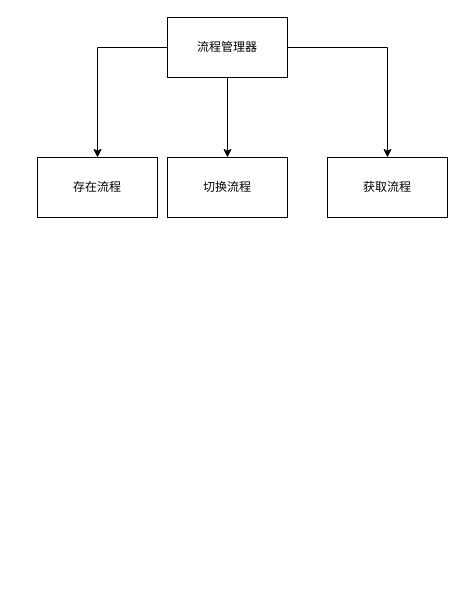
Above: GameFramework/Untitled Diagram.drawio in xzp3094997376/DrawIO (draw.io), before the change. Source tidied: cells renumbered, new cells numbered last; positions are measured from the earlier drawing's top-left corner, leaving out a move shared by most shapes. Both pictures are drawn from the tidied source at 100%, with x=0, y=0 at pixel (37, 17).
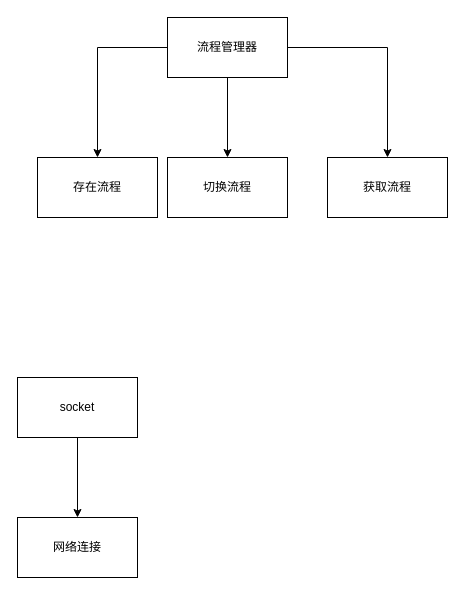
The same diagram, later.

Change to the diagram source:
```diff
@@
 <mxGraphModel>
   <root>
     <mxCell id="0" />
     <mxCell id="1" parent="0" />
     <mxCell id="2" style="edgeStyle=orthogonalEdgeStyle;rounded=0;jettySize=auto;html=1;" parent="1" edge="1" source="5" target="6">
       <mxGeometry relative="1" as="geometry" />
     </mxCell>
     <mxCell id="3" style="edgeStyle=orthogonalEdgeStyle;rounded=0;jettySize=auto;html=1;" parent="1" edge="1" source="5" target="7">
       <mxGeometry relative="1" as="geometry" />
     </mxCell>
     <mxCell id="4" style="edgeStyle=orthogonalEdgeStyle;rounded=0;jettySize=auto;html=1;" parent="1" edge="1" source="5" target="8">
       <mxGeometry relative="1" as="geometry" />
     </mxCell>
     <mxCell id="5" value="流程管理器" style="rounded=0;whiteSpace=wrap;html=1;" parent="1" vertex="1">
       <mxGeometry x="130" width="120" height="60" as="geometry" />
     </mxCell>
     <mxCell id="6" value="切换流程" style="whiteSpace=wrap;html=1;rounded=0;" parent="1" vertex="1">
       <mxGeometry x="130" y="140" width="120" height="60" as="geometry" />
     </mxCell>
     <mxCell id="7" value="存在流程" style="rounded=0;whiteSpace=wrap;html=1;" parent="1" vertex="1">
       <mxGeometry y="140" width="120" height="60" as="geometry" />
     </mxCell>
     <mxCell id="8" value="获取流程" style="whiteSpace=wrap;html=1;rounded=0;" parent="1" vertex="1">
       <mxGeometry x="290" y="140" width="120" height="60" as="geometry" />
     </mxCell>
+    <mxCell id="9" style="edgeStyle=orthogonalEdgeStyle;rounded=0;jettySize=auto;html=1;" parent="1" edge="1" source="10" target="11">
+      <mxGeometry relative="1" as="geometry" />
+    </mxCell>
+    <mxCell id="10" value="socket" style="whiteSpace=wrap;html=1;" parent="1" vertex="1">
+      <mxGeometry x="-20" y="360" width="120" height="60" as="geometry" />
+    </mxCell>
+    <mxCell id="11" value="网络连接" style="whiteSpace=wrap;html=1;" parent="1" vertex="1">
+      <mxGeometry x="-20" y="500" width="120" height="60" as="geometry" />
+    </mxCell>
   </root>
 </mxGraphModel>
```
